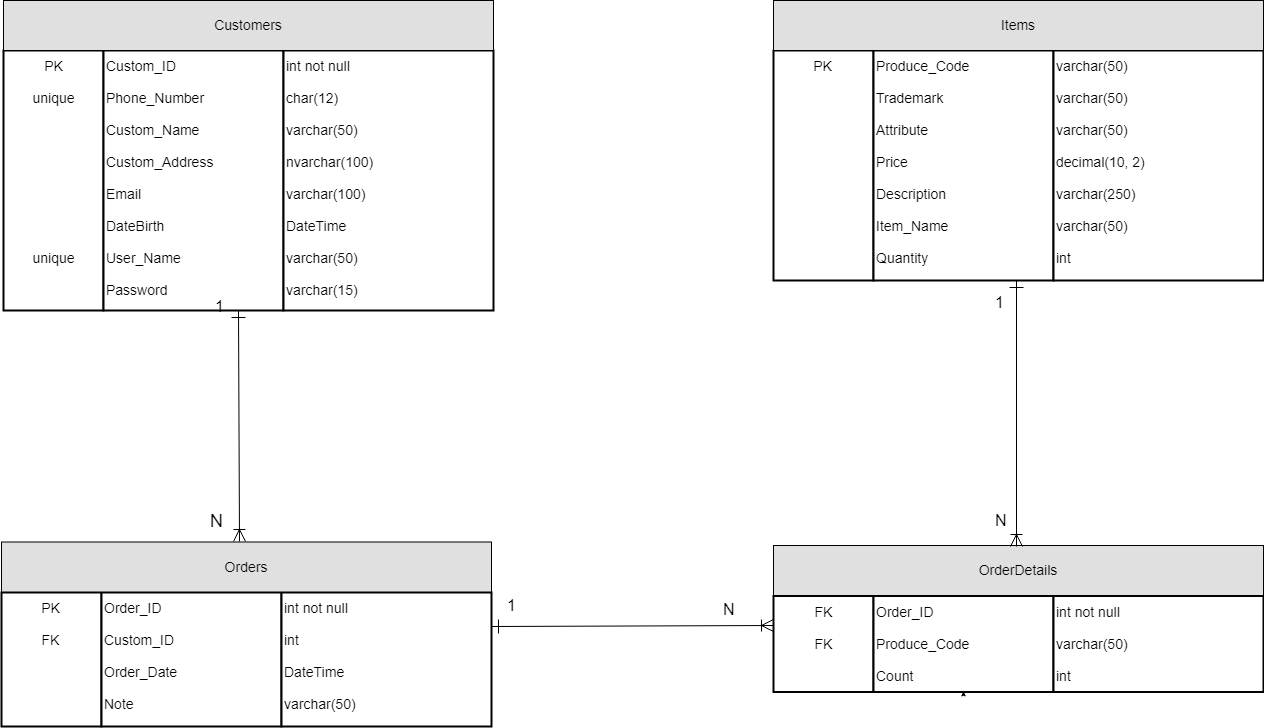
This is Document/Database/Database.png from LinhNguyennnn/Shop_HeadPhone_G03, a draw.io export, as it was before one commit. Source tidied: cells renumbered, new cells last; positions are measured from the earlier drawing's top-left corner, leaving out a move shared by most shapes.
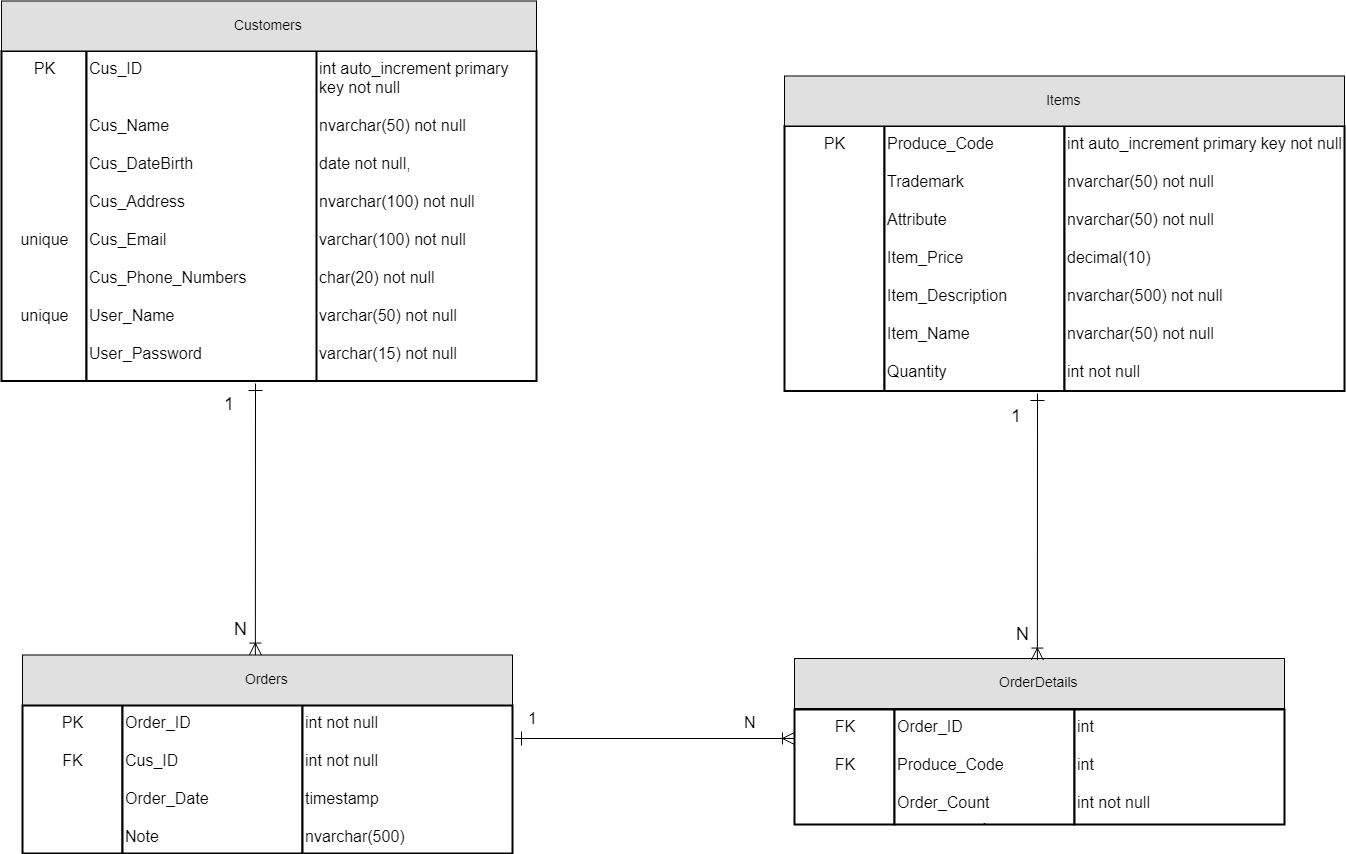
Later version of the same file.

The edit, as a diff of the source:
```diff
@@ -4,34 +4,34 @@
     <mxCell id="1" parent="0" />
-    <mxCell id="2" value="&lt;div style=&quot;text-align: center&quot;&gt;&lt;span&gt;PK&lt;/span&gt;&lt;/div&gt;&lt;div style=&quot;text-align: center&quot;&gt;&lt;span&gt;&lt;br&gt;&lt;/span&gt;&lt;/div&gt;&lt;div style=&quot;text-align: center&quot;&gt;&lt;span&gt;unique&lt;/span&gt;&lt;/div&gt;&lt;div style=&quot;text-align: center&quot;&gt;&lt;span&gt;&lt;br&gt;&lt;/span&gt;&lt;/div&gt;&lt;div style=&quot;text-align: center&quot;&gt;&lt;span&gt;&lt;br&gt;&lt;/span&gt;&lt;/div&gt;&lt;div style=&quot;text-align: center&quot;&gt;&lt;span&gt;&lt;br&gt;&lt;/span&gt;&lt;/div&gt;&lt;div style=&quot;text-align: center&quot;&gt;&lt;span&gt;&lt;br&gt;&lt;/span&gt;&lt;/div&gt;&lt;div style=&quot;text-align: center&quot;&gt;&lt;span&gt;&lt;br&gt;&lt;/span&gt;&lt;/div&gt;&lt;div style=&quot;text-align: center&quot;&gt;&lt;span&gt;&lt;br&gt;&lt;/span&gt;&lt;/div&gt;&lt;div style=&quot;text-align: center&quot;&gt;&lt;span&gt;&lt;br&gt;&lt;/span&gt;&lt;/div&gt;&lt;div style=&quot;text-align: center&quot;&gt;&lt;span&gt;&lt;br&gt;&lt;/span&gt;&lt;/div&gt;&lt;div style=&quot;text-align: center&quot;&gt;&lt;span&gt;&lt;br&gt;&lt;/span&gt;&lt;/div&gt;&lt;div style=&quot;text-align: center&quot;&gt;&lt;span&gt;unique&lt;/span&gt;&lt;/div&gt;" style="strokeWidth=2;whiteSpace=wrap;html=1;align=center;fontSize=14;verticalAlign=top;" parent="1" vertex="1">
-      <mxGeometry x="2" y="50" width="100" height="260" as="geometry" />
+    <mxCell id="2" value="&lt;div style=&quot;text-align: center ; font-size: 16px&quot;&gt;&lt;span style=&quot;font-size: 16px&quot;&gt;PK&lt;/span&gt;&lt;/div&gt;&lt;div style=&quot;text-align: center ; font-size: 16px&quot;&gt;&lt;span style=&quot;font-size: 16px&quot;&gt;&lt;br style=&quot;font-size: 16px&quot;&gt;&lt;/span&gt;&lt;/div&gt;&lt;div style=&quot;text-align: center ; font-size: 16px&quot;&gt;&lt;br&gt;&lt;/div&gt;&lt;div style=&quot;text-align: center ; font-size: 16px&quot;&gt;&lt;span style=&quot;font-size: 16px&quot;&gt;&lt;br style=&quot;font-size: 16px&quot;&gt;&lt;/span&gt;&lt;/div&gt;&lt;div style=&quot;text-align: center ; font-size: 16px&quot;&gt;&lt;span style=&quot;font-size: 16px&quot;&gt;&lt;br style=&quot;font-size: 16px&quot;&gt;&lt;/span&gt;&lt;/div&gt;&lt;div style=&quot;text-align: center ; font-size: 16px&quot;&gt;&lt;span style=&quot;font-size: 16px&quot;&gt;&lt;br style=&quot;font-size: 16px&quot;&gt;&lt;/span&gt;&lt;/div&gt;&lt;div style=&quot;text-align: center ; font-size: 16px&quot;&gt;&lt;span style=&quot;font-size: 16px&quot;&gt;&lt;br style=&quot;font-size: 16px&quot;&gt;&lt;/span&gt;&lt;/div&gt;&lt;div style=&quot;text-align: center ; font-size: 16px&quot;&gt;&lt;span style=&quot;font-size: 16px&quot;&gt;&lt;br style=&quot;font-size: 16px&quot;&gt;&lt;/span&gt;&lt;/div&gt;&lt;div style=&quot;text-align: center ; font-size: 16px&quot;&gt;&lt;span style=&quot;font-size: 16px&quot;&gt;&lt;br style=&quot;font-size: 16px&quot;&gt;&lt;/span&gt;&lt;/div&gt;&lt;div style=&quot;text-align: center ; font-size: 16px&quot;&gt;&lt;span&gt;unique&lt;/span&gt;&lt;/div&gt;&lt;div style=&quot;text-align: center ; font-size: 16px&quot;&gt;&lt;span&gt;&lt;br&gt;&lt;/span&gt;&lt;/div&gt;&lt;div style=&quot;text-align: center ; font-size: 16px&quot;&gt;&lt;span&gt;&lt;br&gt;&lt;/span&gt;&lt;/div&gt;&lt;div style=&quot;text-align: center ; font-size: 16px&quot;&gt;&lt;span&gt;&lt;br&gt;&lt;/span&gt;&lt;/div&gt;&lt;div style=&quot;text-align: center ; font-size: 16px&quot;&gt;&lt;span&gt;unique&lt;/span&gt;&lt;span&gt;&lt;br&gt;&lt;/span&gt;&lt;/div&gt;" style="strokeWidth=2;whiteSpace=wrap;html=1;align=center;fontSize=16;verticalAlign=top;" parent="1" vertex="1">
+      <mxGeometry x="-21" y="-62.5" width="85" height="330" as="geometry" />
     </mxCell>
-    <mxCell id="3" value="&lt;div style=&quot;text-align: left&quot;&gt;&lt;span&gt;Custom_ID&lt;/span&gt;&lt;/div&gt;&lt;div style=&quot;text-align: left&quot;&gt;&lt;span&gt;&lt;br&gt;&lt;/span&gt;&lt;/div&gt;&lt;div style=&quot;text-align: left&quot;&gt;Phone_Number&lt;span&gt;&lt;br&gt;&lt;/span&gt;&lt;/div&gt;&lt;div style=&quot;text-align: left&quot;&gt;&lt;span&gt;&lt;br&gt;&lt;/span&gt;&lt;/div&gt;&lt;div style=&quot;text-align: left&quot;&gt;&lt;span&gt;Custom_Name&lt;/span&gt;&lt;/div&gt;&lt;div style=&quot;text-align: left&quot;&gt;&lt;span&gt;&lt;br&gt;&lt;/span&gt;&lt;/div&gt;&lt;div style=&quot;text-align: left&quot;&gt;&lt;span&gt;Custom_Address&lt;/span&gt;&lt;/div&gt;&lt;div style=&quot;text-align: left&quot;&gt;&lt;span&gt;&lt;br&gt;&lt;/span&gt;&lt;/div&gt;&lt;div style=&quot;text-align: left&quot;&gt;&lt;span&gt;Email&lt;/span&gt;&lt;/div&gt;&lt;div style=&quot;text-align: left&quot;&gt;&lt;span&gt;&lt;br&gt;&lt;/span&gt;&lt;/div&gt;&lt;div style=&quot;text-align: left&quot;&gt;&lt;span&gt;DateBirth&lt;/span&gt;&lt;/div&gt;&lt;div style=&quot;text-align: left&quot;&gt;&lt;span&gt;&lt;br&gt;&lt;/span&gt;&lt;/div&gt;&lt;div style=&quot;text-align: left&quot;&gt;User_Name&lt;/div&gt;&lt;div style=&quot;text-align: left&quot;&gt;&lt;br&gt;&lt;/div&gt;&lt;div style=&quot;text-align: left&quot;&gt;Password&lt;/div&gt;" style="strokeWidth=2;whiteSpace=wrap;html=1;align=left;fontSize=14;verticalAlign=top;" parent="1" vertex="1">
-      <mxGeometry x="102" y="50" width="180" height="260" as="geometry" />
+    <mxCell id="3" value="&lt;div style=&quot;text-align: left ; font-size: 16px&quot;&gt;&lt;div style=&quot;font-size: 16px&quot;&gt;&lt;div style=&quot;font-size: 16px&quot;&gt;Cus_ID&amp;nbsp;&lt;/div&gt;&lt;div style=&quot;font-size: 16px&quot;&gt;&lt;br&gt;&lt;/div&gt;&lt;div style=&quot;font-size: 16px&quot;&gt;&lt;br&gt;&lt;/div&gt;&lt;div style=&quot;font-size: 16px&quot;&gt;    Cus_Name&amp;nbsp;&lt;/div&gt;&lt;div style=&quot;font-size: 16px&quot;&gt;&lt;br&gt;&lt;/div&gt;&lt;div style=&quot;font-size: 16px&quot;&gt;    Cus_DateBirth&amp;nbsp;&lt;/div&gt;&lt;div style=&quot;font-size: 16px&quot;&gt;&lt;br&gt;&lt;/div&gt;&lt;div style=&quot;font-size: 16px&quot;&gt;    Cus_Address&amp;nbsp;&lt;/div&gt;&lt;div style=&quot;font-size: 16px&quot;&gt;&lt;br&gt;&lt;/div&gt;&lt;div style=&quot;font-size: 16px&quot;&gt;    Cus_Email&amp;nbsp;&lt;/div&gt;&lt;div style=&quot;font-size: 16px&quot;&gt;&lt;span&gt;&lt;br&gt;&lt;/span&gt;&lt;/div&gt;&lt;div style=&quot;font-size: 16px&quot;&gt;&lt;span&gt;Cus_Phone_Numbers&amp;nbsp;&lt;/span&gt;&lt;/div&gt;&lt;div style=&quot;font-size: 16px&quot;&gt;&lt;span&gt;&lt;br&gt;&lt;/span&gt;&lt;/div&gt;&lt;div style=&quot;font-size: 16px&quot;&gt;&lt;span style=&quot;font-size: 16px&quot;&gt;User_Name&lt;/span&gt;&lt;/div&gt;&lt;div style=&quot;font-size: 16px&quot;&gt;&lt;span style=&quot;font-size: 16px&quot;&gt;&lt;br&gt;&lt;/span&gt;&lt;/div&gt;&lt;div style=&quot;font-size: 16px&quot;&gt;    User_Password&amp;nbsp;&lt;/div&gt;&lt;/div&gt;&lt;/div&gt;" style="strokeWidth=2;whiteSpace=wrap;html=1;align=left;fontSize=16;verticalAlign=top;" parent="1" vertex="1">
+      <mxGeometry x="64" y="-62.5" width="240" height="330" as="geometry" />
     </mxCell>
-    <mxCell id="4" value="int not null&lt;br&gt;&lt;br&gt;char(12)&lt;br&gt;&lt;br&gt;varchar(50)&lt;br&gt;&lt;br&gt;nvarchar(100)&lt;br&gt;&lt;br&gt;varchar(100)&lt;br&gt;&lt;br&gt;DateTime&lt;br&gt;&lt;br&gt;varchar(50)&lt;br&gt;&lt;br&gt;varchar(15)&lt;br&gt;&lt;br&gt;" style="strokeWidth=2;whiteSpace=wrap;html=1;align=left;fontSize=14;verticalAlign=top;" parent="1" vertex="1">
-      <mxGeometry x="282" y="50" width="210" height="260" as="geometry" />
+    <mxCell id="4" value="int&amp;nbsp;auto_increment primary key not null&lt;br&gt;&lt;br&gt;nvarchar(50) not null&lt;br&gt;&lt;br&gt;date not null,&lt;br&gt;&lt;br&gt;nvarchar(100) not null&lt;br&gt;&lt;br&gt;&lt;div&gt;varchar(100) not null&amp;nbsp;&lt;/div&gt;&lt;div&gt;&lt;br&gt;&lt;/div&gt;char(20) not null&lt;br&gt;&lt;br&gt;varchar(50) not null &lt;br&gt;&lt;br&gt;varchar(15) not null&lt;br&gt;&lt;br&gt;" style="strokeWidth=2;whiteSpace=wrap;html=1;align=left;fontSize=16;verticalAlign=top;" parent="1" vertex="1">
+      <mxGeometry x="294" y="-62.5" width="220" height="330" as="geometry" />
     </mxCell>
-    <mxCell id="5" value="PK&lt;br&gt;" style="strokeWidth=2;whiteSpace=wrap;html=1;align=center;fontSize=14;verticalAlign=top;" parent="1" vertex="1">
-      <mxGeometry x="772" y="50" width="100" height="230" as="geometry" />
+    <mxCell id="5" value="PK&lt;br style=&quot;font-size: 16px;&quot;&gt;" style="strokeWidth=2;whiteSpace=wrap;html=1;align=center;fontSize=16;verticalAlign=top;" parent="1" vertex="1">
+      <mxGeometry x="762" y="12.5" width="100" height="265" as="geometry" />
     </mxCell>
-    <mxCell id="6" value="Produce_Code&lt;br&gt;&lt;br&gt;Trademark&lt;br&gt;&lt;br&gt;Attribute&lt;br&gt;&lt;br&gt;Price&lt;br&gt;&lt;br&gt;Description&lt;br&gt;&lt;br&gt;Item_Name&lt;br&gt;&lt;br&gt;Quantity&lt;br&gt;" style="strokeWidth=2;whiteSpace=wrap;html=1;align=left;fontSize=14;verticalAlign=top;" parent="1" vertex="1">
-      <mxGeometry x="872" y="50" width="180" height="230" as="geometry" />
+    <mxCell id="6" value="Produce_Code&lt;br style=&quot;font-size: 16px;&quot;&gt;&lt;br style=&quot;font-size: 16px;&quot;&gt;Trademark&lt;br style=&quot;font-size: 16px;&quot;&gt;&lt;br style=&quot;font-size: 16px;&quot;&gt;Attribute&lt;br style=&quot;font-size: 16px;&quot;&gt;&lt;br style=&quot;font-size: 16px;&quot;&gt;Item_Price&lt;br style=&quot;font-size: 16px;&quot;&gt;&lt;br style=&quot;font-size: 16px;&quot;&gt;Item_Description&lt;br style=&quot;font-size: 16px;&quot;&gt;&lt;br style=&quot;font-size: 16px;&quot;&gt;Item_Name&lt;br style=&quot;font-size: 16px;&quot;&gt;&lt;br style=&quot;font-size: 16px;&quot;&gt;Quantity&lt;br style=&quot;font-size: 16px;&quot;&gt;" style="strokeWidth=2;whiteSpace=wrap;html=1;align=left;fontSize=16;verticalAlign=top;" parent="1" vertex="1">
+      <mxGeometry x="862" y="12.5" width="180" height="265" as="geometry" />
     </mxCell>
-    <mxCell id="7" value="varchar(50)&lt;br&gt;&lt;br&gt;varchar(50)&lt;br&gt;&lt;br&gt;varchar(50)&lt;br&gt;&lt;br&gt;decimal(10, 2)&lt;br&gt;&lt;br&gt;varchar(250)&lt;br&gt;&lt;br&gt;varchar(50)&lt;br&gt;&lt;br&gt;int&lt;br&gt;&lt;br&gt;&lt;br&gt;" style="strokeWidth=2;whiteSpace=wrap;html=1;align=left;fontSize=14;verticalAlign=top;" parent="1" vertex="1">
-      <mxGeometry x="1052" y="50" width="210" height="230" as="geometry" />
+    <mxCell id="7" value="&lt;div style=&quot;font-size: 16px;&quot;&gt;&lt;span style=&quot;font-size: 16px;&quot;&gt;int&lt;/span&gt; auto_increment &lt;span style=&quot;font-size: 16px;&quot;&gt;primary&amp;nbsp;&lt;/span&gt;&lt;span style=&quot;font-size: 16px;&quot;&gt;key&amp;nbsp;&lt;/span&gt;&lt;span style=&quot;font-size: 16px;&quot;&gt;not&amp;nbsp;&lt;/span&gt;&lt;span style=&quot;font-size: 16px;&quot;&gt;null&lt;/span&gt;&lt;/div&gt;&lt;br style=&quot;font-size: 16px;&quot;&gt;nvarchar(50) not&amp;nbsp;null&lt;br style=&quot;font-size: 16px;&quot;&gt;&lt;br style=&quot;font-size: 16px;&quot;&gt;nvarchar(50) not&amp;nbsp;null&lt;br style=&quot;font-size: 16px;&quot;&gt;&lt;br style=&quot;font-size: 16px;&quot;&gt;decimal(10)&lt;br style=&quot;font-size: 16px;&quot;&gt;&lt;br style=&quot;font-size: 16px;&quot;&gt;&lt;div style=&quot;font-size: 16px;&quot;&gt;&lt;span style=&quot;font-size: 16px;&quot;&gt;nvarchar&lt;/span&gt;(&lt;span style=&quot;font-size: 16px;&quot;&gt;500&lt;/span&gt;) &lt;span style=&quot;font-size: 16px;&quot;&gt;not&amp;nbsp;&lt;/span&gt;&lt;span style=&quot;font-size: 16px;&quot;&gt;null&lt;/span&gt;&lt;/div&gt;&lt;br style=&quot;font-size: 16px;&quot;&gt;&lt;div style=&quot;font-size: 16px;&quot;&gt;&lt;span style=&quot;font-size: 16px;&quot;&gt;nvarchar&lt;/span&gt;(&lt;span style=&quot;font-size: 16px;&quot;&gt;50&lt;/span&gt;) &lt;span style=&quot;font-size: 16px;&quot;&gt;not&amp;nbsp;&lt;/span&gt;&lt;span style=&quot;font-size: 16px;&quot;&gt;null&lt;/span&gt;&lt;/div&gt;&lt;br style=&quot;font-size: 16px;&quot;&gt;&lt;div style=&quot;font-size: 16px;&quot;&gt;&lt;span style=&quot;font-size: 16px;&quot;&gt;int&amp;nbsp;&lt;/span&gt;&lt;span style=&quot;font-size: 16px;&quot;&gt;not&amp;nbsp;&lt;/span&gt;&lt;span style=&quot;font-size: 16px;&quot;&gt;null&lt;/span&gt;&lt;/div&gt;&lt;br style=&quot;font-size: 16px;&quot;&gt;" style="strokeWidth=2;whiteSpace=wrap;html=1;align=left;fontSize=16;verticalAlign=top;" parent="1" vertex="1">
+      <mxGeometry x="1042" y="12.5" width="280" height="265" as="geometry" />
     </mxCell>
     <mxCell id="8" value="Customers" style="text;align=center;verticalAlign=middle;spacingLeft=4;spacingRight=4;strokeColor=#000000;fillColor=#e0e0e0;fontSize=14;" parent="1" vertex="1">
-      <mxGeometry x="2" width="490" height="50" as="geometry" />
+      <mxGeometry x="-21" y="-112.5" width="535" height="50" as="geometry" />
     </mxCell>
     <mxCell id="9" value="Items" style="text;align=center;verticalAlign=middle;spacingLeft=4;spacingRight=4;strokeColor=#000000;fillColor=#e0e0e0;fontSize=14;" parent="1" vertex="1">
-      <mxGeometry x="772" width="490" height="50" as="geometry" />
+      <mxGeometry x="762" y="-37.5" width="560" height="50" as="geometry" />
     </mxCell>
-    <mxCell id="10" value="PK&lt;br&gt;&lt;br&gt;FK&lt;br&gt;" style="strokeWidth=2;whiteSpace=wrap;html=1;align=center;fontSize=14;verticalAlign=top;" parent="1" vertex="1">
-      <mxGeometry y="592" width="100" height="134" as="geometry" />
+    <mxCell id="10" value="PK&lt;br style=&quot;font-size: 16px;&quot;&gt;&lt;br style=&quot;font-size: 16px;&quot;&gt;FK&lt;br style=&quot;font-size: 16px;&quot;&gt;" style="strokeWidth=2;whiteSpace=wrap;html=1;align=center;fontSize=16;verticalAlign=top;" parent="1" vertex="1">
+      <mxGeometry y="592" width="100" height="148" as="geometry" />
     </mxCell>
-    <mxCell id="11" value="Order_ID&lt;br&gt;&lt;br&gt;Custom_ID&lt;br&gt;&lt;br&gt;Order_Date&lt;br&gt;&lt;br&gt;Note&lt;br&gt;" style="strokeWidth=2;whiteSpace=wrap;html=1;align=left;fontSize=14;verticalAlign=top;" parent="1" vertex="1">
-      <mxGeometry x="100" y="592" width="180" height="134" as="geometry" />
+    <mxCell id="11" value="Order_ID&lt;br style=&quot;font-size: 16px;&quot;&gt;&lt;br style=&quot;font-size: 16px;&quot;&gt;Cus_ID&lt;br style=&quot;font-size: 16px;&quot;&gt;&lt;br style=&quot;font-size: 16px;&quot;&gt;Order_Date&lt;br style=&quot;font-size: 16px;&quot;&gt;&lt;br style=&quot;font-size: 16px;&quot;&gt;Note&lt;br style=&quot;font-size: 16px;&quot;&gt;" style="strokeWidth=2;whiteSpace=wrap;html=1;align=left;fontSize=16;verticalAlign=top;" parent="1" vertex="1">
+      <mxGeometry x="100" y="592" width="180" height="148" as="geometry" />
     </mxCell>
-    <mxCell id="12" value="int not null&lt;br&gt;&lt;br&gt;int&lt;br&gt;&lt;br&gt;DateTime&lt;br&gt;&lt;br&gt;varchar(50)&lt;br&gt;" style="strokeWidth=2;whiteSpace=wrap;html=1;align=left;fontSize=14;verticalAlign=top;" parent="1" vertex="1">
-      <mxGeometry x="280" y="592" width="210" height="134" as="geometry" />
+    <mxCell id="12" value="int not null&lt;br style=&quot;font-size: 16px;&quot;&gt;&lt;br style=&quot;font-size: 16px;&quot;&gt;&lt;div style=&quot;font-size: 16px;&quot;&gt;&lt;span style=&quot;font-size: 16px;&quot;&gt;int&amp;nbsp;&lt;/span&gt;&lt;span style=&quot;font-size: 16px;&quot;&gt;not&amp;nbsp;&lt;/span&gt;&lt;span style=&quot;font-size: 16px;&quot;&gt;null&lt;/span&gt;&lt;/div&gt;&lt;br style=&quot;font-size: 16px;&quot;&gt;&lt;div style=&quot;font-size: 16px;&quot;&gt;&lt;span style=&quot;font-size: 16px;&quot;&gt;timestamp&lt;/span&gt;&lt;/div&gt;&lt;br style=&quot;font-size: 16px;&quot;&gt;nvarchar(500)&lt;br style=&quot;font-size: 16px;&quot;&gt;" style="strokeWidth=2;whiteSpace=wrap;html=1;align=left;fontSize=16;verticalAlign=top;" parent="1" vertex="1">
+      <mxGeometry x="280" y="592" width="210" height="148" as="geometry" />
     </mxCell>
@@ -40,10 +40,10 @@
     </mxCell>
-    <mxCell id="14" value="FK&lt;br&gt;&lt;br&gt;FK&lt;br&gt;" style="strokeWidth=2;whiteSpace=wrap;html=1;align=center;fontSize=14;verticalAlign=top;" parent="1" vertex="1">
-      <mxGeometry x="772" y="595.5" width="100" height="96" as="geometry" />
+    <mxCell id="14" value="FK&lt;br style=&quot;font-size: 16px;&quot;&gt;&lt;br style=&quot;font-size: 16px;&quot;&gt;FK&lt;br style=&quot;font-size: 16px;&quot;&gt;" style="strokeWidth=2;whiteSpace=wrap;html=1;align=center;fontSize=16;verticalAlign=top;" parent="1" vertex="1">
+      <mxGeometry x="772" y="596" width="100" height="115" as="geometry" />
     </mxCell>
-    <mxCell id="15" value="Order_ID&lt;br&gt;&lt;br&gt;Produce_Code&lt;br&gt;&lt;br&gt;Count&lt;br&gt;" style="strokeWidth=2;whiteSpace=wrap;html=1;align=left;fontSize=14;verticalAlign=top;" parent="1" vertex="1">
-      <mxGeometry x="872" y="595.5" width="180" height="96" as="geometry" />
+    <mxCell id="15" value="Order_ID&lt;br style=&quot;font-size: 16px;&quot;&gt;&lt;br style=&quot;font-size: 16px;&quot;&gt;Produce_Code&lt;br style=&quot;font-size: 16px;&quot;&gt;&lt;br style=&quot;font-size: 16px;&quot;&gt;Order_Count&lt;br style=&quot;font-size: 16px;&quot;&gt;" style="strokeWidth=2;whiteSpace=wrap;html=1;align=left;fontSize=16;verticalAlign=top;" parent="1" vertex="1">
+      <mxGeometry x="872" y="596" width="180" height="115" as="geometry" />
     </mxCell>
-    <mxCell id="16" value="int not null&lt;br&gt;&lt;br&gt;varchar(50)&lt;br&gt;&lt;br&gt;int&lt;br&gt;&lt;br&gt;&lt;br&gt;" style="strokeWidth=2;whiteSpace=wrap;html=1;align=left;fontSize=14;verticalAlign=top;" parent="1" vertex="1">
-      <mxGeometry x="1052" y="595.5" width="210" height="96" as="geometry" />
+    <mxCell id="16" value="int&lt;br style=&quot;font-size: 16px;&quot;&gt;&lt;br style=&quot;font-size: 16px;&quot;&gt;int&lt;br style=&quot;font-size: 16px;&quot;&gt;&lt;br style=&quot;font-size: 16px;&quot;&gt;int not null&lt;br style=&quot;font-size: 16px;&quot;&gt;&lt;br style=&quot;font-size: 16px;&quot;&gt;&lt;br style=&quot;font-size: 16px;&quot;&gt;" style="strokeWidth=2;whiteSpace=wrap;html=1;align=left;fontSize=16;verticalAlign=top;" parent="1" vertex="1">
+      <mxGeometry x="1052" y="596" width="210" height="115" as="geometry" />
     </mxCell>
@@ -55,11 +55,2 @@
     </mxCell>
-    <mxCell id="19" value="N" style="text;html=1;align=left;verticalAlign=top;spacingTop=-4;fontSize=18;" parent="1" vertex="1">
-      <mxGeometry x="207" y="508" width="30" height="20" as="geometry" />
-    </mxCell>
-    <mxCell id="20" style="fontSize=12;html=1;endArrow=ERoneToMany;exitX=0.75;exitY=1;exitDx=0;exitDy=0;entryX=0.485;entryY=-0.007;entryDx=0;entryDy=0;entryPerimeter=0;startSize=12;endSize=10;startArrow=ERone;startFill=0;" parent="1" edge="1" source="3" target="13">
-      <mxGeometry relative="1" as="geometry" />
-    </mxCell>
-    <mxCell id="21" value="1" style="text;html=1;align=left;verticalAlign=top;spacingTop=-4;fontSize=16;" parent="1" vertex="1">
-      <mxGeometry x="212" y="294" width="20" height="20" as="geometry" />
-    </mxCell>
     <mxCell id="22" style="fontSize=12;html=1;endArrow=ERoneToMany;entryX=0.495;entryY=0.026;entryDx=0;entryDy=0;entryPerimeter=0;startSize=12;endSize=10;startArrow=ERone;startFill=0;" parent="1" edge="1" target="17">
@@ -69,10 +60,11 @@
     </mxCell>
-    <mxCell id="23" value="1" style="text;html=1;align=left;verticalAlign=top;spacingTop=-4;fontSize=16;" parent="1" vertex="1">
-      <mxGeometry x="992" y="290" width="20" height="20" as="geometry" />
+    <mxCell id="23" value="1" style="text;html=1;align=left;verticalAlign=top;spacingTop=-4;fontSize=18;" parent="1" vertex="1">
+      <mxGeometry x="987" y="290" width="20" height="20" as="geometry" />
     </mxCell>
-    <mxCell id="24" value="N" style="text;html=1;align=left;verticalAlign=top;spacingTop=-4;fontSize=16;" parent="1" vertex="1">
+    <mxCell id="24" value="N" style="text;html=1;align=left;verticalAlign=top;spacingTop=-4;fontSize=18;" parent="1" vertex="1">
       <mxGeometry x="992" y="508" width="30" height="20" as="geometry" />
     </mxCell>
-    <mxCell id="25" style="fontSize=12;html=1;endArrow=ERoneToMany;exitX=1;exitY=0.25;exitDx=0;exitDy=0;startSize=12;endSize=10;startArrow=ERone;startFill=0;" parent="1" edge="1" source="12">
+    <mxCell id="25" style="fontSize=12;html=1;endArrow=ERoneToMany;startSize=12;endSize=10;startArrow=ERone;startFill=0;" parent="1" edge="1">
       <mxGeometry relative="1" as="geometry">
+        <mxPoint x="492" y="625" as="sourcePoint" />
         <mxPoint x="772" y="625" as="targetPoint" />
@@ -86,2 +78,14 @@
     </mxCell>
+    <mxCell id="28" style="fontSize=12;html=1;endArrow=ERoneToMany;entryX=0.495;entryY=0.026;entryDx=0;entryDy=0;entryPerimeter=0;startSize=12;endSize=10;startArrow=ERone;startFill=0;" parent="1" edge="1">
+      <mxGeometry relative="1" as="geometry">
+        <mxPoint x="233" y="270" as="sourcePoint" />
+        <mxPoint x="232.9" y="541.6" as="targetPoint" />
+      </mxGeometry>
+    </mxCell>
+    <mxCell id="21" value="1" style="text;html=1;align=left;verticalAlign=top;spacingTop=-4;fontSize=18;" parent="1" vertex="1">
+      <mxGeometry x="200" y="277.5" width="20" height="20" as="geometry" />
+    </mxCell>
+    <mxCell id="19" value="N" style="text;html=1;align=left;verticalAlign=top;spacingTop=-4;fontSize=18;" parent="1" vertex="1">
+      <mxGeometry x="210" y="503" width="30" height="20" as="geometry" />
+    </mxCell>
   </root>
```
